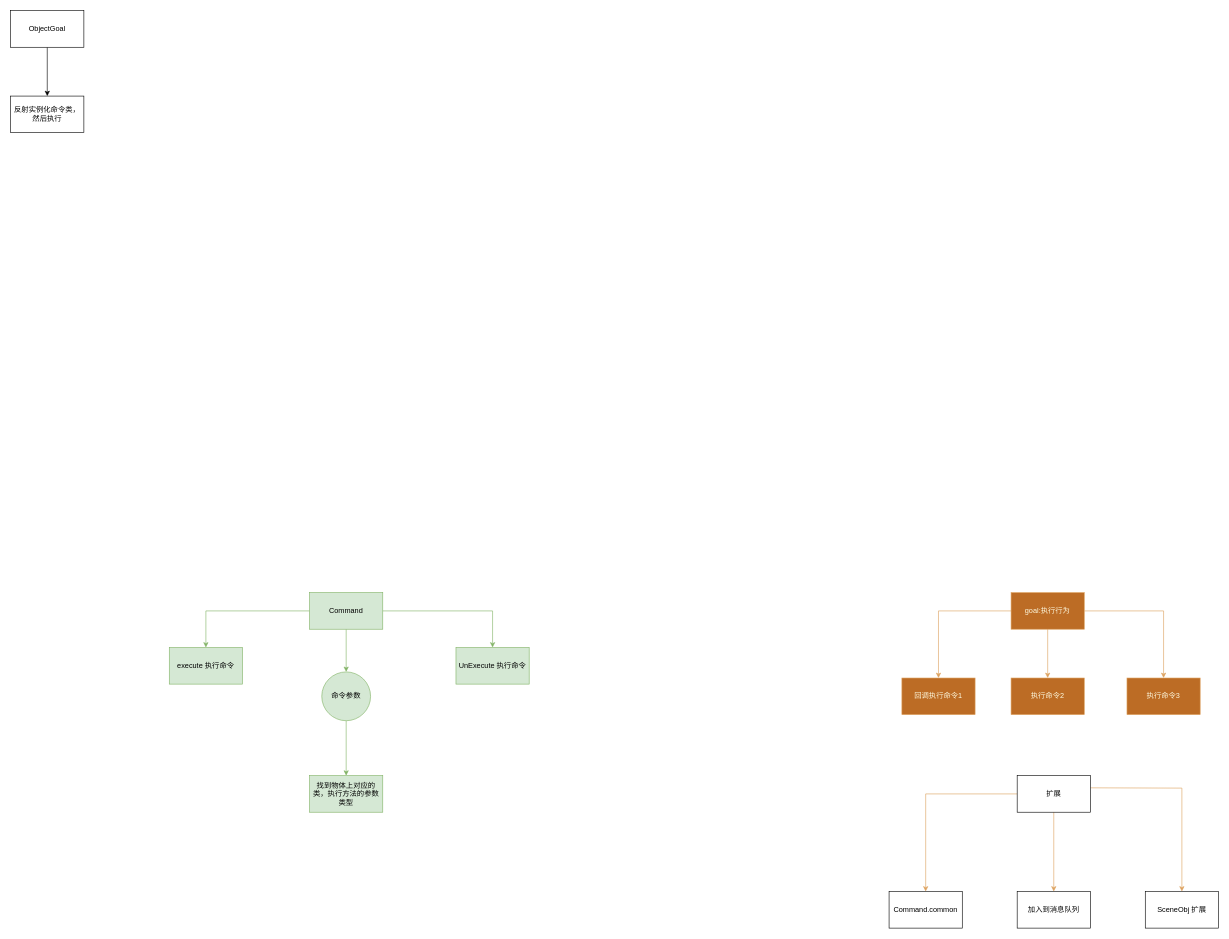
Above: page "命令" (5 of 11) of GT/GT.drawio in xzp3094997376/DrawIO (draw.io), before the change. Source tidied: cells renumbered, new cells numbered last; positions are measured from the earlier drawing's top-left corner, leaving out a move shared by most shapes. Both pictures are drawn from the tidied source at 61%, with x=0, y=0 at pixel (10, 10).
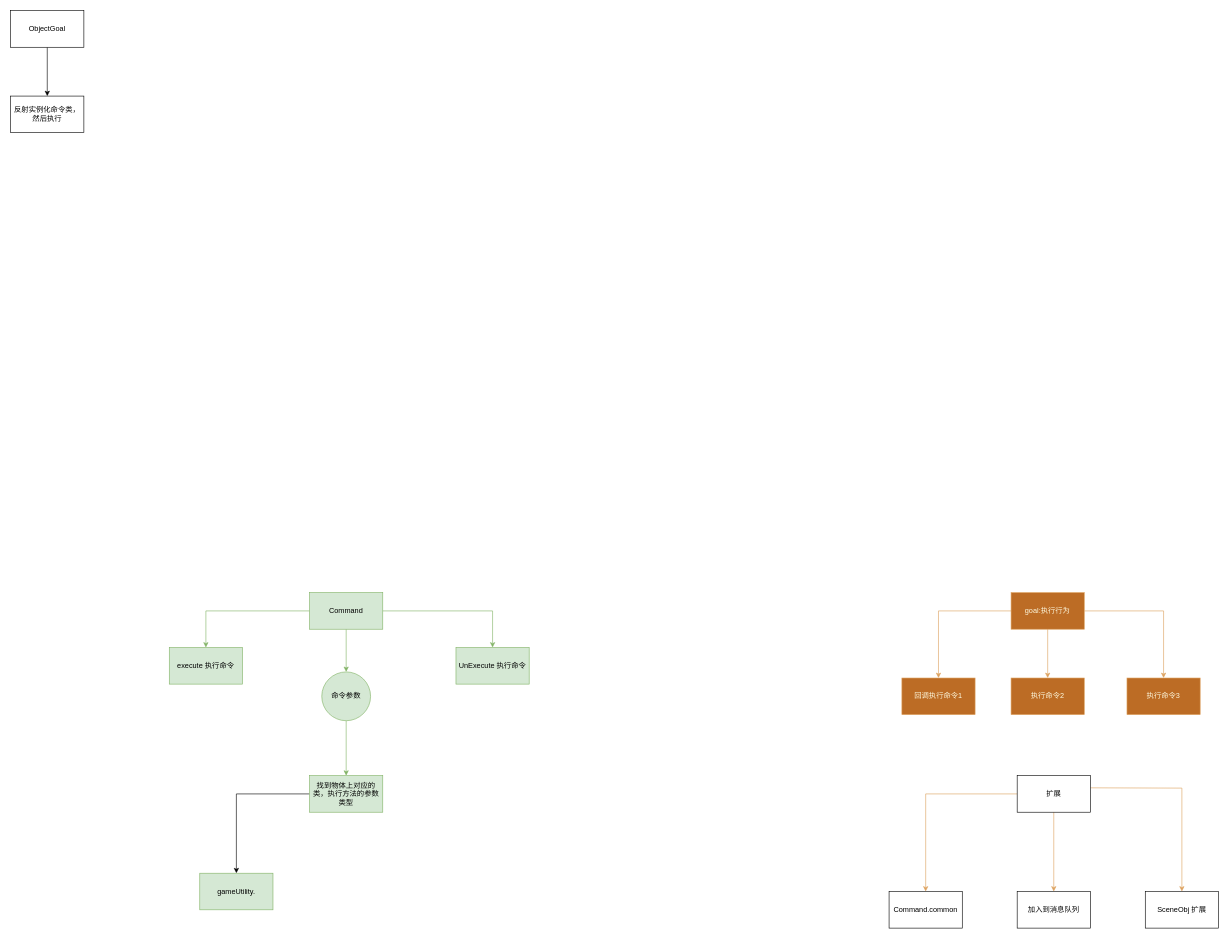
The same page after the edit.

Unchanged cells that the change refers to:
```xml
<mxCell id="27" value="找到物体上对应的类，执行方法的参数类型&lt;br&gt;" style="whiteSpace=wrap;html=1;fillColor=#d5e8d4;strokeColor=#82b366;" parent="1" vertex="1">
  <mxGeometry x="490" y="1254" width="120" height="60" as="geometry" />
</mxCell>
```

Diff of the diagram source:
```diff
@@
+    <mxCell id="28" style="edgeStyle=orthogonalEdgeStyle;rounded=0;jettySize=auto;html=1;" parent="1" edge="1" source="27" target="29">
+      <mxGeometry relative="1" as="geometry" />
+    </mxCell>
@@
+    <mxCell id="29" value="gameUtility." style="whiteSpace=wrap;html=1;fillColor=#d5e8d4;strokeColor=#82b366;" parent="1" vertex="1">
+      <mxGeometry x="310" y="1414" width="120" height="60" as="geometry" />
+    </mxCell>
```
